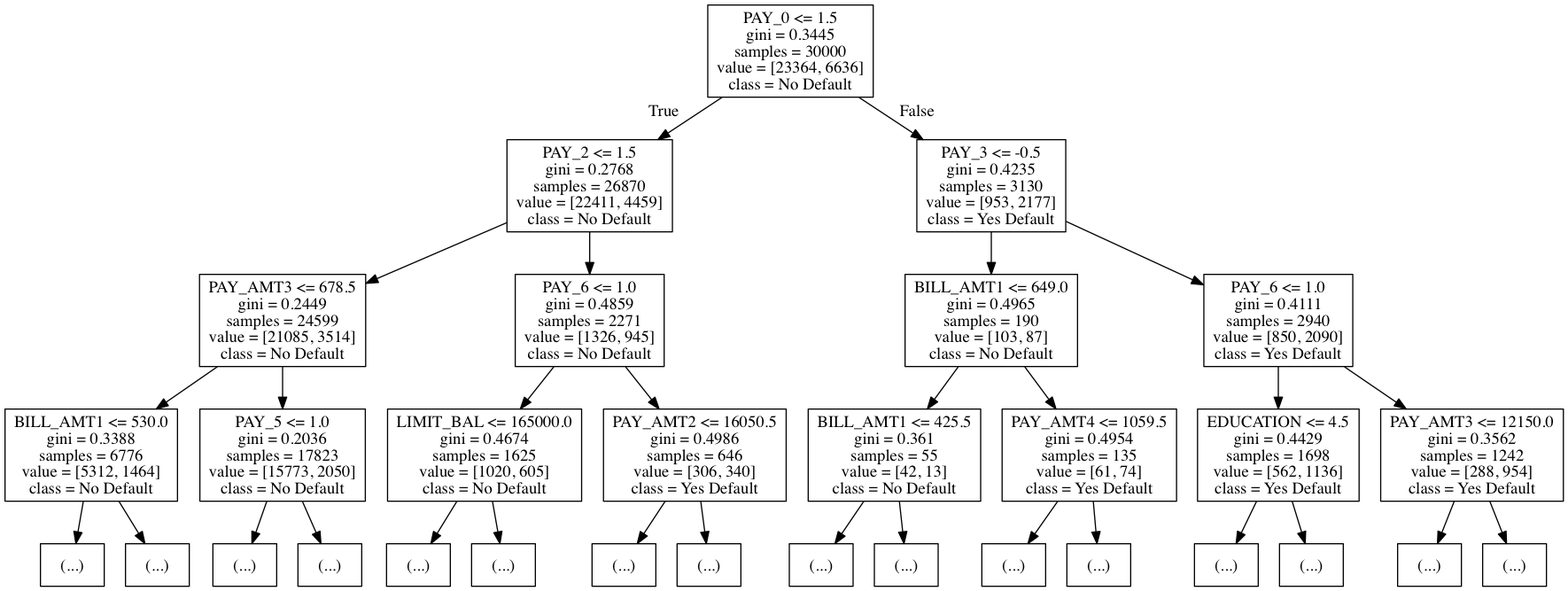
Earlier version of the Graphviz export tree.png (jb08/credit_card_default_ML). Its source is kept beside it as tree.dot. Its diagram source:
```dot
digraph Tree {
node [shape=box] ;
0 [label="PAY_0 <= 1.5\ngini = 0.3445\nsamples = 30000\nvalue = [23364, 6636]\nclass = No Default"] ;
1 [label="PAY_2 <= 1.5\ngini = 0.2768\nsamples = 26870\nvalue = [22411, 4459]\nclass = No Default"] ;
0 -> 1 [labeldistance=2.5, labelangle=45, headlabel="True"] ;
2 [label="PAY_AMT3 <= 678.5\ngini = 0.2449\nsamples = 24599\nvalue = [21085, 3514]\nclass = No Default"] ;
1 -> 2 ;
3 [label="BILL_AMT1 <= 530.0\ngini = 0.3388\nsamples = 6776\nvalue = [5312, 1464]\nclass = No Default"] ;
2 -> 3 ;
4 [label="(...)"] ;
3 -> 4 ;
1489 [label="(...)"] ;
3 -> 1489 ;
2860 [label="PAY_5 <= 1.0\ngini = 0.2036\nsamples = 17823\nvalue = [15773, 2050]\nclass = No Default"] ;
2 -> 2860 ;
2861 [label="(...)"] ;
2860 -> 2861 ;
6888 [label="(...)"] ;
2860 -> 6888 ;
7169 [label="PAY_6 <= 1.0\ngini = 0.4859\nsamples = 2271\nvalue = [1326, 945]\nclass = No Default"] ;
1 -> 7169 ;
7170 [label="LIMIT_BAL <= 165000.0\ngini = 0.4674\nsamples = 1625\nvalue = [1020, 605]\nclass = No Default"] ;
7169 -> 7170 ;
7171 [label="(...)"] ;
7170 -> 7171 ;
7732 [label="(...)"] ;
7170 -> 7732 ;
7895 [label="PAY_AMT2 <= 16050.5\ngini = 0.4986\nsamples = 646\nvalue = [306, 340]\nclass = Yes Default"] ;
7169 -> 7895 ;
7896 [label="(...)"] ;
7895 -> 7896 ;
8205 [label="(...)"] ;
7895 -> 8205 ;
8208 [label="PAY_3 <= -0.5\ngini = 0.4235\nsamples = 3130\nvalue = [953, 2177]\nclass = Yes Default"] ;
0 -> 8208 [labeldistance=2.5, labelangle=-45, headlabel="False"] ;
8209 [label="BILL_AMT1 <= 649.0\ngini = 0.4965\nsamples = 190\nvalue = [103, 87]\nclass = No Default"] ;
8208 -> 8209 ;
8210 [label="BILL_AMT1 <= 425.5\ngini = 0.361\nsamples = 55\nvalue = [42, 13]\nclass = No Default"] ;
8209 -> 8210 ;
8211 [label="(...)"] ;
8210 -> 8211 ;
8230 [label="(...)"] ;
8210 -> 8230 ;
8231 [label="PAY_AMT4 <= 1059.5\ngini = 0.4954\nsamples = 135\nvalue = [61, 74]\nclass = Yes Default"] ;
8209 -> 8231 ;
8232 [label="(...)"] ;
8231 -> 8232 ;
8279 [label="(...)"] ;
8231 -> 8279 ;
8296 [label="PAY_6 <= 1.0\ngini = 0.4111\nsamples = 2940\nvalue = [850, 2090]\nclass = Yes Default"] ;
8208 -> 8296 ;
8297 [label="EDUCATION <= 4.5\ngini = 0.4429\nsamples = 1698\nvalue = [562, 1136]\nclass = Yes Default"] ;
8296 -> 8297 ;
8298 [label="(...)"] ;
8297 -> 8298 ;
8975 [label="(...)"] ;
8297 -> 8975 ;
8986 [label="PAY_AMT3 <= 12150.0\ngini = 0.3562\nsamples = 1242\nvalue = [288, 954]\nclass = Yes Default"] ;
8296 -> 8986 ;
8987 [label="(...)"] ;
8986 -> 8987 ;
9434 [label="(...)"] ;
8986 -> 9434 ;
}
```
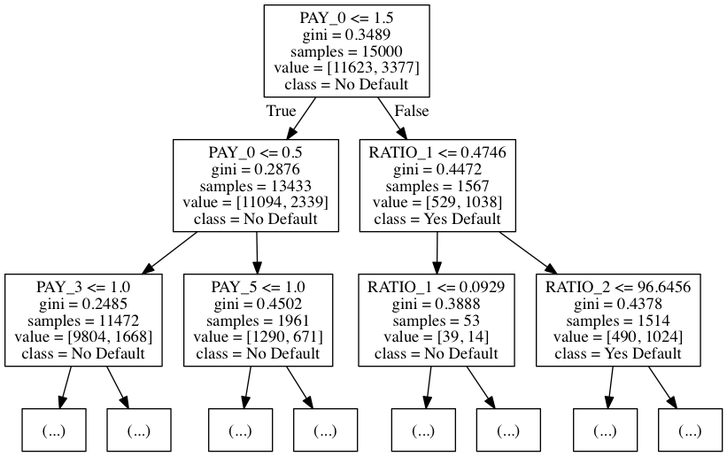
After the commit.

The edit, as a diff of the source:
```diff
@@ -1,64 +1,32 @@
 digraph Tree {
 node [shape=box] ;
-0 [label="PAY_0 <= 1.5\ngini = 0.3445\nsamples = 30000\nvalue = [23364, 6636]\nclass = No Default"] ;
-1 [label="PAY_2 <= 1.5\ngini = 0.2768\nsamples = 26870\nvalue = [22411, 4459]\nclass = No Default"] ;
+0 [label="PAY_0 <= 1.5\ngini = 0.3489\nsamples = 15000\nvalue = [11623, 3377]\nclass = No Default"] ;
+1 [label="PAY_0 <= 0.5\ngini = 0.2876\nsamples = 13433\nvalue = [11094, 2339]\nclass = No Default"] ;
 0 -> 1 [labeldistance=2.5, labelangle=45, headlabel="True"] ;
-2 [label="PAY_AMT3 <= 678.5\ngini = 0.2449\nsamples = 24599\nvalue = [21085, 3514]\nclass = No Default"] ;
+2 [label="PAY_3 <= 1.0\ngini = 0.2485\nsamples = 11472\nvalue = [9804, 1668]\nclass = No Default"] ;
 1 -> 2 ;
-3 [label="BILL_AMT1 <= 530.0\ngini = 0.3388\nsamples = 6776\nvalue = [5312, 1464]\nclass = No Default"] ;
+3 [label="(...)"] ;
 2 -> 3 ;
-4 [label="(...)"] ;
-3 -> 4 ;
-1489 [label="(...)"] ;
-3 -> 1489 ;
-2860 [label="PAY_5 <= 1.0\ngini = 0.2036\nsamples = 17823\nvalue = [15773, 2050]\nclass = No Default"] ;
-2 -> 2860 ;
-2861 [label="(...)"] ;
-2860 -> 2861 ;
-6888 [label="(...)"] ;
-2860 -> 6888 ;
-7169 [label="PAY_6 <= 1.0\ngini = 0.4859\nsamples = 2271\nvalue = [1326, 945]\nclass = No Default"] ;
-1 -> 7169 ;
-7170 [label="LIMIT_BAL <= 165000.0\ngini = 0.4674\nsamples = 1625\nvalue = [1020, 605]\nclass = No Default"] ;
-7169 -> 7170 ;
-7171 [label="(...)"] ;
-7170 -> 7171 ;
-7732 [label="(...)"] ;
-7170 -> 7732 ;
-7895 [label="PAY_AMT2 <= 16050.5\ngini = 0.4986\nsamples = 646\nvalue = [306, 340]\nclass = Yes Default"] ;
-7169 -> 7895 ;
-7896 [label="(...)"] ;
-7895 -> 7896 ;
-8205 [label="(...)"] ;
-7895 -> 8205 ;
-8208 [label="PAY_3 <= -0.5\ngini = 0.4235\nsamples = 3130\nvalue = [953, 2177]\nclass = Yes Default"] ;
-0 -> 8208 [labeldistance=2.5, labelangle=-45, headlabel="False"] ;
-8209 [label="BILL_AMT1 <= 649.0\ngini = 0.4965\nsamples = 190\nvalue = [103, 87]\nclass = No Default"] ;
-8208 -> 8209 ;
-8210 [label="BILL_AMT1 <= 425.5\ngini = 0.361\nsamples = 55\nvalue = [42, 13]\nclass = No Default"] ;
-8209 -> 8210 ;
-8211 [label="(...)"] ;
-8210 -> 8211 ;
-8230 [label="(...)"] ;
-8210 -> 8230 ;
-8231 [label="PAY_AMT4 <= 1059.5\ngini = 0.4954\nsamples = 135\nvalue = [61, 74]\nclass = Yes Default"] ;
-8209 -> 8231 ;
-8232 [label="(...)"] ;
-8231 -> 8232 ;
-8279 [label="(...)"] ;
-8231 -> 8279 ;
-8296 [label="PAY_6 <= 1.0\ngini = 0.4111\nsamples = 2940\nvalue = [850, 2090]\nclass = Yes Default"] ;
-8208 -> 8296 ;
-8297 [label="EDUCATION <= 4.5\ngini = 0.4429\nsamples = 1698\nvalue = [562, 1136]\nclass = Yes Default"] ;
-8296 -> 8297 ;
-8298 [label="(...)"] ;
-8297 -> 8298 ;
-8975 [label="(...)"] ;
-8297 -> 8975 ;
-8986 [label="PAY_AMT3 <= 12150.0\ngini = 0.3562\nsamples = 1242\nvalue = [288, 954]\nclass = Yes Default"] ;
-8296 -> 8986 ;
-8987 [label="(...)"] ;
-8986 -> 8987 ;
-9434 [label="(...)"] ;
-8986 -> 9434 ;
+2808 [label="(...)"] ;
+2 -> 2808 ;
+3085 [label="PAY_5 <= 1.0\ngini = 0.4502\nsamples = 1961\nvalue = [1290, 671]\nclass = No Default"] ;
+1 -> 3085 ;
+3086 [label="(...)"] ;
+3085 -> 3086 ;
+3871 [label="(...)"] ;
+3085 -> 3871 ;
+4036 [label="RATIO_1 <= 0.4746\ngini = 0.4472\nsamples = 1567\nvalue = [529, 1038]\nclass = Yes Default"] ;
+0 -> 4036 [labeldistance=2.5, labelangle=-45, headlabel="False"] ;
+4037 [label="RATIO_1 <= 0.0929\ngini = 0.3888\nsamples = 53\nvalue = [39, 14]\nclass = No Default"] ;
+4036 -> 4037 ;
+4038 [label="(...)"] ;
+4037 -> 4038 ;
+4043 [label="(...)"] ;
+4037 -> 4043 ;
+4062 [label="RATIO_2 <= 96.6456\ngini = 0.4378\nsamples = 1514\nvalue = [490, 1024]\nclass = Yes Default"] ;
+4036 -> 4062 ;
+4063 [label="(...)"] ;
+4062 -> 4063 ;
+4572 [label="(...)"] ;
+4062 -> 4572 ;
 }
```
